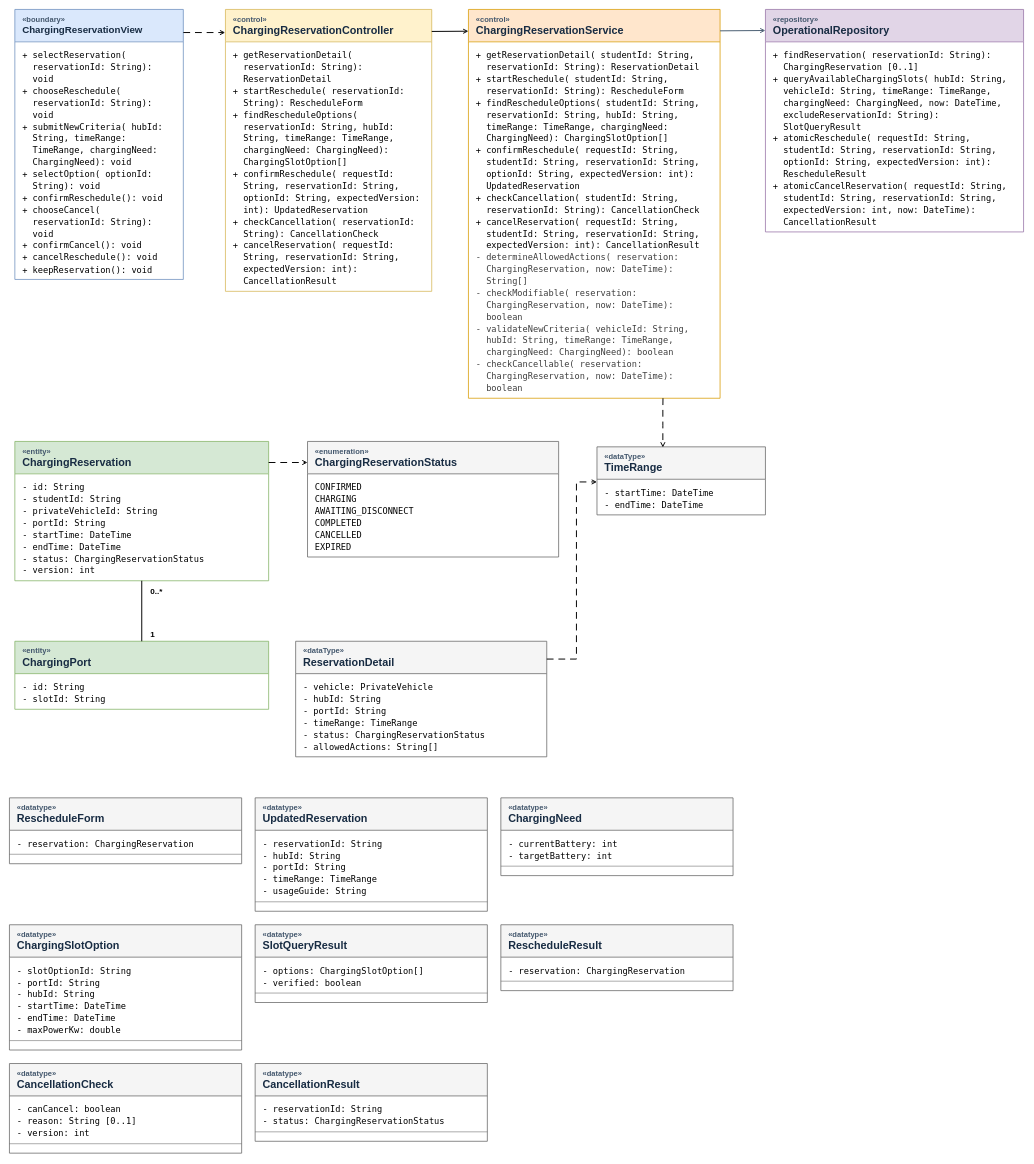
Above: docs/hoangnhan_submission3/UC09.drawio in nhanbui304/smart-emobility-hub (draw.io), before the change. Source tidied: cells renumbered, new cells numbered last; positions are measured from the earlier drawing's top-left corner, leaving out a move shared by most shapes. Both pictures are drawn from the tidied source at 54%, with x=0, y=0 at pixel (9, 9).
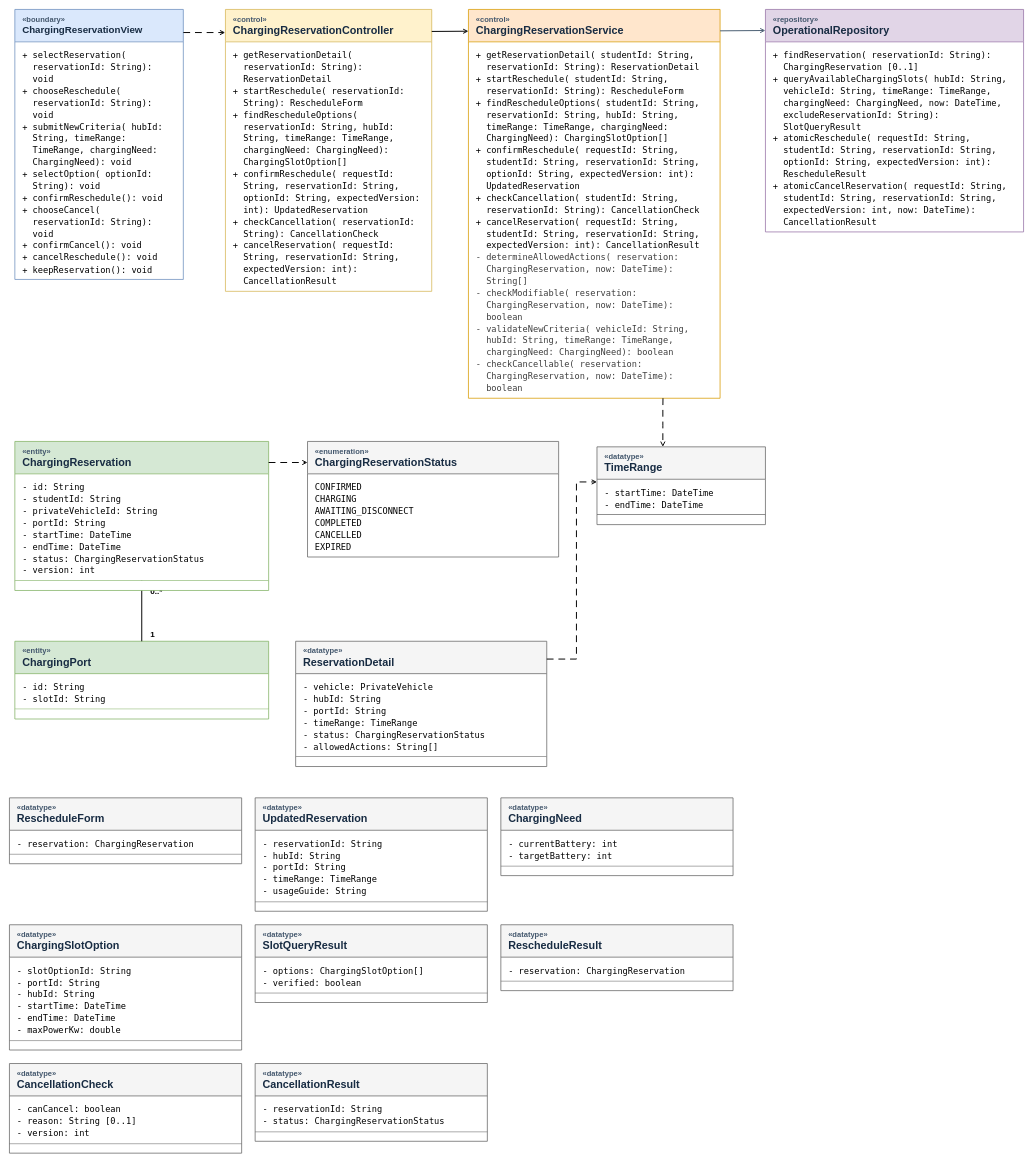
The same diagram, later.

The change refers to these unchanged cells:
```xml
<mxCell id="7" value="&lt;div style=&quot;font-family:DejaVu Sans Mono, monospace;font-size:16px;line-height:22px;&quot;&gt;+ getReservationDetail( studentId: String,&lt;br&gt;&amp;nbsp;&amp;nbsp;reservationId: String): ReservationDetail&lt;br&gt;+ startReschedule( studentId: String,&lt;br&gt;&amp;nbsp;&amp;nbsp;reservationId: String): RescheduleForm&lt;br&gt;+ findRescheduleOptions( studentId: String,&lt;br&gt;&amp;nbsp;&amp;nbsp;reservationId: String, hubId: String,&lt;br&gt;&amp;nbsp;&amp;nbsp;timeRange: TimeRange, chargingNeed:&lt;br&gt;&amp;nbsp;&amp;nbsp;ChargingNeed): ChargingSlotOption[]&lt;br&gt;+ confirmReschedule( requestId: String,&lt;br&gt;&amp;nbsp;&amp;nbsp;studentId: String, reservationId: String,&lt;br&gt;&amp;nbsp;&amp;nbsp;optionId: String, expectedVersion: int):&lt;br&gt;&amp;nbsp;&amp;nbsp;UpdatedReservation&lt;br&gt;+ checkCancellation( studentId: String,&lt;br&gt;&amp;nbsp;&amp;nbsp;reservationId: String): CancellationCheck&lt;br&gt;+ cancelReservation( requestId: String,&lt;br&gt;&amp;nbsp;&amp;nbsp;studentId: String, reservationId: String,&lt;br&gt;&amp;nbsp;&amp;nbsp;expectedVersion: int): CancellationResult&lt;/div&gt;&lt;div style=&quot;font-family:DejaVu Sans Mono, monospace;font-size:16px;line-height:22px;&quot;&gt;&lt;span style=&quot;color: rgb(63, 63, 63);&quot;&gt;- determineAllowedActions( reservation:&lt;/span&gt;&lt;br style=&quot;color: rgb(63, 63, 63); scrollbar-color: rgba(168, 169, 170, 0.52) rgb(18, 19, 20);&quot;&gt;&lt;span style=&quot;color: rgb(63, 63, 63);&quot;&gt;&amp;nbsp;&amp;nbsp;ChargingReservation, now: DateTime):&lt;/span&gt;&lt;br style=&quot;color: rgb(63, 63, 63); scrollbar-color: rgba(168, 169, 170, 0.52) rgb(18, 19, 20);&quot;&gt;&lt;span style=&quot;color: rgb(63, 63, 63);&quot;&gt;&amp;nbsp;&amp;nbsp;String[]&lt;/span&gt;&lt;br style=&quot;color: rgb(63, 63, 63); scrollbar-color: rgba(168, 169, 170, 0.52) rgb(18, 19, 20);&quot;&gt;&lt;span style=&quot;color: rgb(63, 63, 63);&quot;&gt;- checkModifiable( reservation:&lt;/span&gt;&lt;br style=&quot;color: rgb(63, 63, 63); scrollbar-color: rgba(168, 169, 170, 0.52) rgb(18, 19, 20);&quot;&gt;&lt;span style=&quot;color: rgb(63, 63, 63);&quot;&gt;&amp;nbsp;&amp;nbsp;ChargingReservation, now: DateTime):&lt;/span&gt;&lt;br style=&quot;color: rgb(63, 63, 63); scrollbar-color: rgba(168, 169, 170, 0.52) rgb(18, 19, 20);&quot;&gt;&lt;span style=&quot;color: rgb(63, 63, 63);&quot;&gt;&amp;nbsp;&amp;nbsp;boolean&lt;/span&gt;&lt;br style=&quot;color: rgb(63, 63, 63); scrollbar-color: rgba(168, 169, 170, 0.52) rgb(18, 19, 20);&quot;&gt;&lt;span style=&quot;color: rgb(63, 63, 63);&quot;&gt;- validateNewCriteria( vehicleId: String,&lt;/span&gt;&lt;br style=&quot;color: rgb(63, 63, 63); scrollbar-color: rgba(168, 169, 170, 0.52) rgb(18, 19, 20);&quot;&gt;&lt;span style=&quot;color: rgb(63, 63, 63);&quot;&gt;&amp;nbsp;&amp;nbsp;hubId: String, timeRange: TimeRange,&lt;/span&gt;&lt;br style=&quot;color: rgb(63, 63, 63); scrollbar-color: rgba(168, 169, 170, 0.52) rgb(18, 19, 20);&quot;&gt;&lt;span style=&quot;color: rgb(63, 63, 63);&quot;&gt;&amp;nbsp;&amp;nbsp;chargingNeed: ChargingNeed): boolean&lt;/span&gt;&lt;br style=&quot;color: rgb(63, 63, 63); scrollbar-color: rgba(168, 169, 170, 0.52) rgb(18, 19, 20);&quot;&gt;&lt;span style=&quot;color: rgb(63, 63, 63);&quot;&gt;- checkCancellable( reservation:&lt;/span&gt;&lt;br style=&quot;color: rgb(63, 63, 63); scrollbar-color: rgba(168, 169, 170, 0.52) rgb(18, 19, 20);&quot;&gt;&lt;span style=&quot;color: rgb(63, 63, 63);&quot;&gt;&amp;nbsp;&amp;nbsp;ChargingReservation, now: DateTime):&lt;/span&gt;&lt;br style=&quot;color: rgb(63, 63, 63); scrollbar-color: rgba(168, 169, 170, 0.52) rgb(18, 19, 20);&quot;&gt;&lt;span style=&quot;color: rgb(63, 63, 63);&quot;&gt;&amp;nbsp;&amp;nbsp;boolean&lt;/span&gt;&lt;/div&gt;" style="text;html=1;align=left;verticalAlign=top;spacingTop=8;spacingLeft=12;strokeColor=none;fillColor=none;whiteSpace=wrap;overflow=hidden;" parent="6" vertex="1">
  <mxGeometry y="60" width="466" height="660" as="geometry" />
</mxCell>
```

Diff of the diagram source:
```diff
@@
-    <mxCell id="14" value="&lt;div style=&quot;font-size:14px;color:#42566c;&quot;&gt;«dataType»&lt;/div&gt;&lt;div style=&quot;font-size:20px;font-weight:bold;&quot;&gt;TimeRange&lt;/div&gt;" style="swimlane;startSize=60;horizontal=1;html=1;rounded=0;align=left;verticalAlign=middle;spacingLeft=12;fontColor=#182C43;fillColor=#f5f5f5;swimlaneFillColor=#ffffff;strokeColor=#666666;strokeWidth=1.4;" parent="1" vertex="1">
+    <mxCell id="14" value="&lt;div style=&quot;font-size:14px;color:#42566c;&quot;&gt;«datatype»&lt;/div&gt;&lt;div style=&quot;font-size:20px;font-weight:bold;&quot;&gt;TimeRange&lt;/div&gt;" style="swimlane;startSize=60;horizontal=1;html=1;rounded=0;align=left;verticalAlign=middle;spacingLeft=12;fontColor=#182C43;fillColor=#f5f5f5;swimlaneFillColor=#ffffff;strokeColor=#666666;strokeWidth=1.4;" parent="1" vertex="1">
       <mxGeometry x="1088" y="810" width="312" height="126" as="geometry" />
     </mxCell>
@@
-    <mxCell id="18" value="&lt;div style=&quot;font-size:14px;color:#42566c;&quot;&gt;«dataType»&lt;/div&gt;&lt;div style=&quot;font-size:20px;font-weight:bold;&quot;&gt;ReservationDetail&lt;/div&gt;" style="swimlane;startSize=60;horizontal=1;html=1;rounded=0;align=left;verticalAlign=middle;spacingLeft=12;fontColor=#182C43;fillColor=#f5f5f5;swimlaneFillColor=#ffffff;strokeColor=#666666;strokeWidth=1.4;" parent="1" vertex="1">
+    <mxCell id="18" value="&lt;div style=&quot;font-size:14px;color:#42566c;&quot;&gt;«datatype»&lt;/div&gt;&lt;div style=&quot;font-size:20px;font-weight:bold;&quot;&gt;ReservationDetail&lt;/div&gt;" style="swimlane;startSize=60;horizontal=1;html=1;rounded=0;align=left;verticalAlign=middle;spacingLeft=12;fontColor=#182C43;fillColor=#f5f5f5;swimlaneFillColor=#ffffff;strokeColor=#666666;strokeWidth=1.4;" parent="1" vertex="1">
       <mxGeometry x="530" y="1170" width="465" height="214" as="geometry" />
     </mxCell>
@@
-    <mxCell id="24" style="noEdgeStyle=1;html=1;rounded=0;endArrow=open;endFill=0;dashed=1;dashPattern=7 5;strokeColor=#000000;strokeWidth=1.8;exitX=0.773;exitY=1;exitDx=0;exitDy=0;exitPerimeter=0;" parent="1" edge="1" source="7">
-      <mxGeometry x="0.09" relative="1" as="geometry">
-        <mxPoint x="1210" y="811.2" as="targetPoint" />
+    <mxCell id="24" style="noEdgeStyle=1;html=1;rounded=0;endArrow=open;endFill=0;dashed=1;dashPattern=7 5;strokeColor=#000000;strokeWidth=1.8;exitX=0.773;exitY=1;exitDx=0;exitDy=0;exitPerimeter=0;entryX=0.391;entryY=0;entryDx=0;entryDy=0;entryPerimeter=0;" parent="1" edge="1" source="7" target="14">
+      <mxGeometry x="0.11" relative="1" as="geometry">
         <Array as="points">
           <mxPoint x="1210" y="740" />
           <mxPoint x="1210" y="770" />
         </Array>
       </mxGeometry>
     </mxCell>
@@
+    <mxCell id="61" value="&lt;div style=&quot;font-size: 14px; color: rgb(66, 86, 108);&quot;&gt;&lt;br&gt;&lt;/div&gt;" style="swimlane;startSize=0;horizontal=1;html=1;rounded=0;align=left;verticalAlign=middle;spacingLeft=12;fontColor=#182C43;fillColor=#d5e8d4;swimlaneFillColor=#ffffff;strokeColor=#82b366;strokeWidth=1.4;" parent="1" vertex="1">
+      <mxGeometry x="10" y="1296" width="470" height="18" as="geometry" />
+    </mxCell>
+    <mxCell id="62" value="&lt;div style=&quot;font-size: 14px; color: rgb(66, 86, 108);&quot;&gt;&lt;br&gt;&lt;/div&gt;" style="swimlane;startSize=0;horizontal=1;html=1;rounded=0;align=left;verticalAlign=middle;spacingLeft=12;fontColor=#182C43;fillColor=#d5e8d4;swimlaneFillColor=#ffffff;strokeColor=#82b366;strokeWidth=1.4;" parent="1" vertex="1">
+      <mxGeometry x="10" y="1058" width="470" height="18" as="geometry" />
+    </mxCell>
+    <mxCell id="63" value="&lt;div style=&quot;font-size: 14px; color: rgb(66, 86, 108);&quot;&gt;&lt;br&gt;&lt;/div&gt;" style="swimlane;startSize=0;horizontal=1;html=1;rounded=0;align=left;verticalAlign=middle;spacingLeft=12;fontColor=#182C43;fillColor=#f5f5f5;swimlaneFillColor=#ffffff;strokeColor=#666666;strokeWidth=1.4;" parent="1" vertex="1">
+      <mxGeometry x="1088" y="936" width="312" height="18" as="geometry" />
+    </mxCell>
+    <mxCell id="64" value="&lt;div style=&quot;font-family:DejaVu Sans Mono, monospace;font-size:16px;line-height:22px;&quot;&gt;&lt;br&gt;&lt;/div&gt;" style="text;html=1;align=left;verticalAlign=top;spacingTop=8;spacingLeft=12;strokeColor=none;fillColor=none;whiteSpace=wrap;overflow=hidden;" parent="63" vertex="1">
+      <mxGeometry y="60" width="312" height="66" as="geometry" />
+    </mxCell>
+    <mxCell id="65" value="&lt;div style=&quot;font-size: 14px; color: rgb(66, 86, 108);&quot;&gt;&lt;br&gt;&lt;/div&gt;" style="swimlane;startSize=0;horizontal=1;html=1;rounded=0;align=left;verticalAlign=middle;spacingLeft=12;fontColor=#182C43;fillColor=#f5f5f5;swimlaneFillColor=#ffffff;strokeColor=#666666;strokeWidth=1.4;" parent="1" vertex="1">
+      <mxGeometry x="530" y="1384" width="465" height="18" as="geometry" />
+    </mxCell>
+    <mxCell id="66" value="&lt;div style=&quot;font-family:DejaVu Sans Mono, monospace;font-size:16px;line-height:22px;&quot;&gt;&lt;br&gt;&lt;/div&gt;" style="text;html=1;align=left;verticalAlign=top;spacingTop=8;spacingLeft=12;strokeColor=none;fillColor=none;whiteSpace=wrap;overflow=hidden;" parent="65" vertex="1">
+      <mxGeometry y="60" width="312" height="66" as="geometry" />
+    </mxCell>
```
